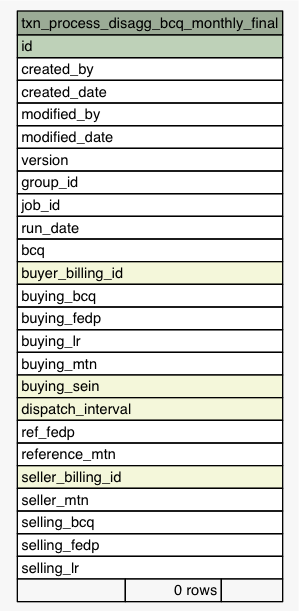
eyana-m/python-data-dictionary-writer keeps this Graphviz diagram as Data/settlement/diagrams/summary/txn_process_disagg_bcq_monthly_final.1degree.png. Above is the earlier version. Its source is kept beside it as Data/settlement/diagrams/summary/txn_process_disagg_bcq_monthly_final.1degree.dot. Its diagram source:
```dot
digraph "txn_process_disagg_bcq_monthly_final" {
  graph [
    rankdir="RL"
    bgcolor="#f7f7f7"
    nodesep="0.18"
    ranksep="0.46"
    fontname="Helvetica"
    fontsize="11"
  ];
  node [
    fontname="Helvetica"
    fontsize="11"
    shape="plaintext"
  ];
  edge [
    arrowsize="0.8"
  ];
  "txn_process_disagg_bcq_monthly_final" [
    label=<
    <TABLE BORDER="0" CELLBORDER="1" CELLSPACING="0" BGCOLOR="#ffffff">
      <TR><TD COLSPAN="3" BGCOLOR="#9bab96" ALIGN="CENTER">txn_process_disagg_bcq_monthly_final</TD></TR>
      <TR><TD PORT="id" COLSPAN="3" BGCOLOR="#bed1b8" ALIGN="LEFT">id</TD></TR>
      <TR><TD PORT="created_by" COLSPAN="3" ALIGN="LEFT">created_by</TD></TR>
      <TR><TD PORT="created_date" COLSPAN="3" ALIGN="LEFT">created_date</TD></TR>
      <TR><TD PORT="modified_by" COLSPAN="3" ALIGN="LEFT">modified_by</TD></TR>
      <TR><TD PORT="modified_date" COLSPAN="3" ALIGN="LEFT">modified_date</TD></TR>
      <TR><TD PORT="version" COLSPAN="3" ALIGN="LEFT">version</TD></TR>
      <TR><TD PORT="group_id" COLSPAN="3" ALIGN="LEFT">group_id</TD></TR>
      <TR><TD PORT="job_id" COLSPAN="3" ALIGN="LEFT">job_id</TD></TR>
      <TR><TD PORT="run_date" COLSPAN="3" ALIGN="LEFT">run_date</TD></TR>
      <TR><TD PORT="bcq" COLSPAN="3" ALIGN="LEFT">bcq</TD></TR>
      <TR><TD PORT="buyer_billing_id" COLSPAN="3" BGCOLOR="#f4f7da" ALIGN="LEFT">buyer_billing_id</TD></TR>
      <TR><TD PORT="buying_bcq" COLSPAN="3" ALIGN="LEFT">buying_bcq</TD></TR>
      <TR><TD PORT="buying_fedp" COLSPAN="3" ALIGN="LEFT">buying_fedp</TD></TR>
      <TR><TD PORT="buying_lr" COLSPAN="3" ALIGN="LEFT">buying_lr</TD></TR>
      <TR><TD PORT="buying_mtn" COLSPAN="3" ALIGN="LEFT">buying_mtn</TD></TR>
      <TR><TD PORT="buying_sein" COLSPAN="3" BGCOLOR="#f4f7da" ALIGN="LEFT">buying_sein</TD></TR>
      <TR><TD PORT="dispatch_interval" COLSPAN="3" BGCOLOR="#f4f7da" ALIGN="LEFT">dispatch_interval</TD></TR>
      <TR><TD PORT="ref_fedp" COLSPAN="3" ALIGN="LEFT">ref_fedp</TD></TR>
      <TR><TD PORT="reference_mtn" COLSPAN="3" ALIGN="LEFT">reference_mtn</TD></TR>
      <TR><TD PORT="seller_billing_id" COLSPAN="3" BGCOLOR="#f4f7da" ALIGN="LEFT">seller_billing_id</TD></TR>
      <TR><TD PORT="seller_mtn" COLSPAN="3" ALIGN="LEFT">seller_mtn</TD></TR>
      <TR><TD PORT="selling_bcq" COLSPAN="3" ALIGN="LEFT">selling_bcq</TD></TR>
      <TR><TD PORT="selling_fedp" COLSPAN="3" ALIGN="LEFT">selling_fedp</TD></TR>
      <TR><TD PORT="selling_lr" COLSPAN="3" ALIGN="LEFT">selling_lr</TD></TR>
      <TR><TD ALIGN="LEFT" BGCOLOR="#f7f7f7">  </TD><TD ALIGN="RIGHT" BGCOLOR="#f7f7f7">0 rows</TD><TD ALIGN="RIGHT" BGCOLOR="#f7f7f7">  </TD></TR>
    </TABLE>>
    URL="tables/txn_process_disagg_bcq_monthly_final.html"
    tooltip="txn_process_disagg_bcq_monthly_final"
  ];
}
```
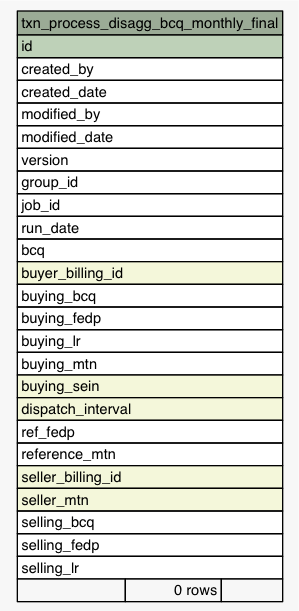
Later version of the same file.

What changed in the source:
```diff
@@ -39,7 +39,7 @@
       <TR><TD PORT="ref_fedp" COLSPAN="3" ALIGN="LEFT">ref_fedp</TD></TR>
       <TR><TD PORT="reference_mtn" COLSPAN="3" ALIGN="LEFT">reference_mtn</TD></TR>
       <TR><TD PORT="seller_billing_id" COLSPAN="3" BGCOLOR="#f4f7da" ALIGN="LEFT">seller_billing_id</TD></TR>
-      <TR><TD PORT="seller_mtn" COLSPAN="3" ALIGN="LEFT">seller_mtn</TD></TR>
+      <TR><TD PORT="seller_mtn" COLSPAN="3" BGCOLOR="#f4f7da" ALIGN="LEFT">seller_mtn</TD></TR>
       <TR><TD PORT="selling_bcq" COLSPAN="3" ALIGN="LEFT">selling_bcq</TD></TR>
       <TR><TD PORT="selling_fedp" COLSPAN="3" ALIGN="LEFT">selling_fedp</TD></TR>
       <TR><TD PORT="selling_lr" COLSPAN="3" ALIGN="LEFT">selling_lr</TD></TR>
```
